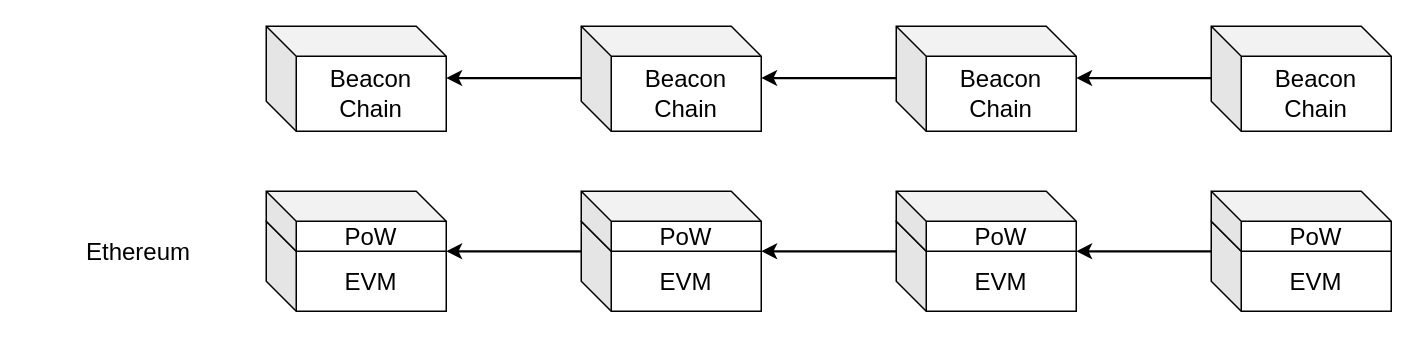
Earlier version of the draw.io diagram ethereum-research/consensus/beacon chain/before-merge ethereum.drawio (0xyicheng/a-research-diagram). Source tidied: cells renumbered, new cells numbered last; positions are measured from the earlier drawing's top-left corner, leaving out a move shared by most shapes. Both pictures are drawn from the tidied source at 150%, with x=0, y=0 at pixel (26, 26).
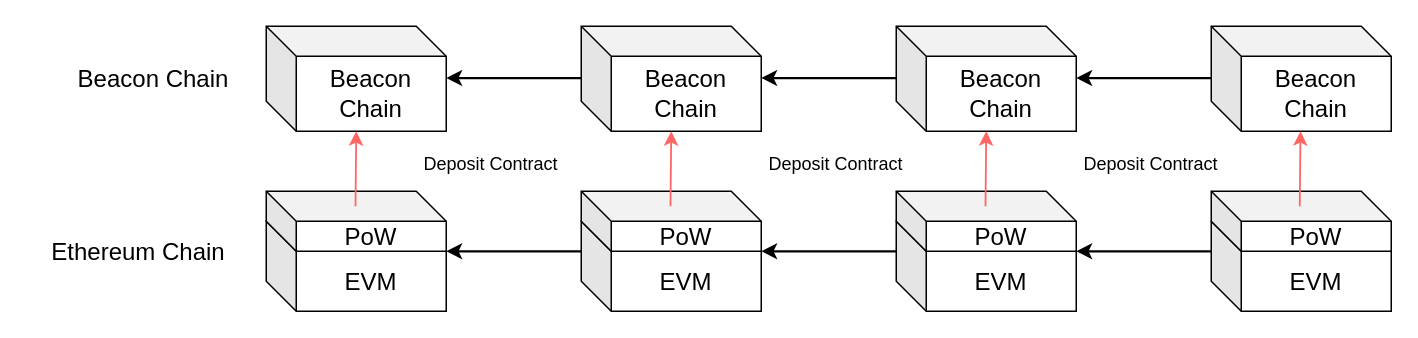
After the change.

What changed in the source:
```diff
@@
-    <mxCell id="10" value="&lt;span style=&quot;font-size: 16px;&quot;&gt;Ethereum&lt;/span&gt;" style="text;html=1;strokeColor=none;fillColor=none;align=center;verticalAlign=middle;whiteSpace=wrap;rounded=0;fontSize=12;" parent="1" vertex="1">
+    <mxCell id="10" value="&lt;span style=&quot;font-size: 16px; user-select: auto;&quot;&gt;Ethereum Chain&lt;/span&gt;" style="text;html=1;strokeColor=none;fillColor=none;align=center;verticalAlign=middle;whiteSpace=wrap;rounded=0;fontSize=12;" parent="1" vertex="1">
       <mxGeometry y="135" width="150" height="30" as="geometry" />
     </mxCell>
@@
+    <mxCell id="21" value="&lt;span style=&quot;font-size: 16px;&quot;&gt;Beacon Chain&lt;/span&gt;" style="text;html=1;strokeColor=none;fillColor=none;align=center;verticalAlign=middle;whiteSpace=wrap;rounded=0;fontSize=12;" parent="1" vertex="1">
+      <mxGeometry x="10" y="20" width="150" height="30" as="geometry" />
+    </mxCell>
+    <mxCell id="22" style="endArrow=classic;html=1;rounded=0;strokeColor=#FF6666;strokeWidth=1.2;" parent="1" edge="1">
+      <mxGeometry relative="1" as="geometry">
+        <mxPoint x="219.5" y="120" as="sourcePoint" />
+        <mxPoint x="220" y="70" as="targetPoint" />
+      </mxGeometry>
+    </mxCell>
+    <mxCell id="23" style="endArrow=classic;html=1;rounded=0;strokeColor=#FF6666;strokeWidth=1.2;" parent="1" edge="1">
+      <mxGeometry relative="1" as="geometry">
+        <mxPoint x="429.5" y="120" as="sourcePoint" />
+        <mxPoint x="430" y="70" as="targetPoint" />
+      </mxGeometry>
+    </mxCell>
+    <mxCell id="24" style="endArrow=classic;html=1;rounded=0;strokeColor=#FF6666;strokeWidth=1.2;" parent="1" edge="1">
+      <mxGeometry relative="1" as="geometry">
+        <mxPoint x="639.5" y="120" as="sourcePoint" />
+        <mxPoint x="640" y="70" as="targetPoint" />
+      </mxGeometry>
+    </mxCell>
+    <mxCell id="25" style="endArrow=classic;html=1;rounded=0;strokeColor=#FF6666;strokeWidth=1.2;" parent="1" edge="1">
+      <mxGeometry relative="1" as="geometry">
+        <mxPoint x="849" y="120" as="sourcePoint" />
+        <mxPoint x="849.5" y="70" as="targetPoint" />
+      </mxGeometry>
+    </mxCell>
+    <mxCell id="26" value="&lt;font style=&quot;font-size: 12px;&quot;&gt;Deposit Contract&lt;/font&gt;" style="text;html=1;strokeColor=none;fillColor=none;align=center;verticalAlign=middle;whiteSpace=wrap;rounded=0;fontSize=16;" parent="1" vertex="1">
+      <mxGeometry x="260" y="80" width="100" height="20" as="geometry" />
+    </mxCell>
+    <mxCell id="27" value="&lt;font style=&quot;font-size: 12px;&quot;&gt;Deposit Contract&lt;/font&gt;" style="text;html=1;strokeColor=none;fillColor=none;align=center;verticalAlign=middle;whiteSpace=wrap;rounded=0;fontSize=16;" parent="1" vertex="1">
+      <mxGeometry x="490" y="80" width="100" height="20" as="geometry" />
+    </mxCell>
+    <mxCell id="28" value="&lt;font style=&quot;font-size: 12px;&quot;&gt;Deposit Contract&lt;/font&gt;" style="text;html=1;strokeColor=none;fillColor=none;align=center;verticalAlign=middle;whiteSpace=wrap;rounded=0;fontSize=16;" parent="1" vertex="1">
+      <mxGeometry x="700" y="80" width="100" height="20" as="geometry" />
+    </mxCell>
```
